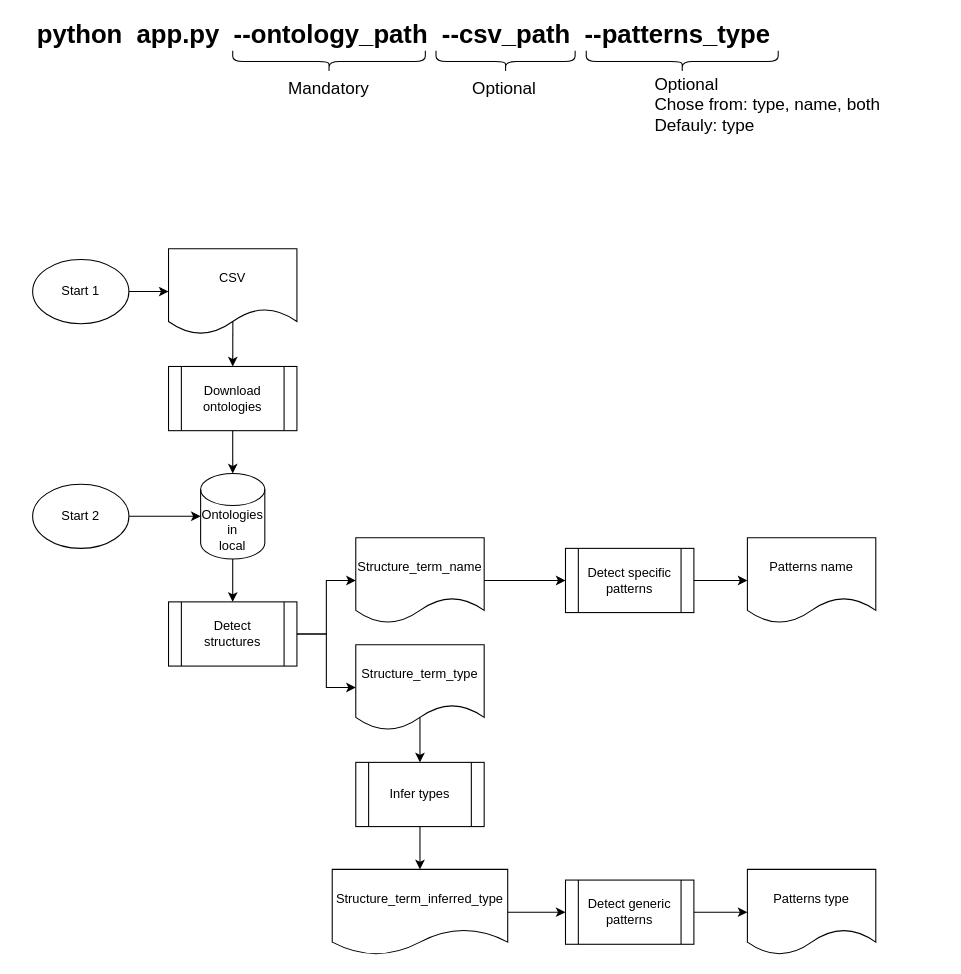
Above: Diagrams/Flujo.drawio in Sergio-Carulli/Patrones (draw.io), before the change. Source tidied: cells renumbered, new cells numbered last; positions are measured from the earlier drawing's top-left corner, leaving out a move shared by most shapes. Both pictures are drawn from the tidied source at 107%, with x=0, y=0 at pixel (18, -35).
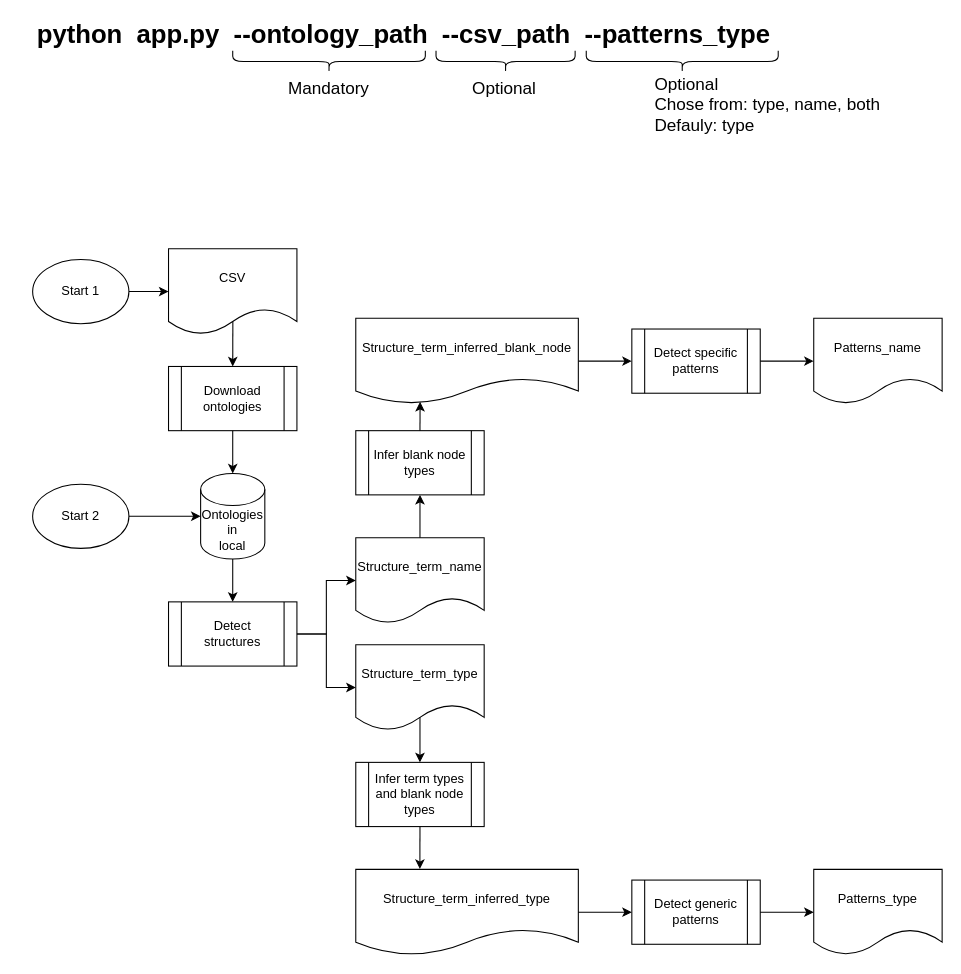
Above is the later version.

Unchanged cells that the change refers to:
```xml
<mxCell id="10" value="Structure_term_name" style="shape=document;whiteSpace=wrap;html=1;boundedLbl=1;" parent="1" vertex="1">
  <mxGeometry x="315" y="535" width="120" height="80" as="geometry" />
</mxCell>
```

What changed in the source:
```diff
@@
-    <mxCell id="2" value="Patterns type" style="shape=document;whiteSpace=wrap;html=1;boundedLbl=1;" parent="1" vertex="1">
-      <mxGeometry x="681" y="845" width="120" height="80" as="geometry" />
+    <mxCell id="2" value="Patterns_type" style="shape=document;whiteSpace=wrap;html=1;boundedLbl=1;" parent="1" vertex="1">
+      <mxGeometry x="743" y="845" width="120" height="80" as="geometry" />
     </mxCell>
@@
-    <mxCell id="14" value="Infer types" style="shape=process;whiteSpace=wrap;html=1;backgroundOutline=1;" parent="1" vertex="1">
+    <mxCell id="14" value="Infer term types&lt;br&gt;and blank node&lt;br&gt;types" style="shape=process;whiteSpace=wrap;html=1;backgroundOutline=1;" parent="1" vertex="1">
       <mxGeometry x="315" y="745" width="120" height="60" as="geometry" />
     </mxCell>
     <mxCell id="15" value="Structure_term_inferred_type" style="shape=document;whiteSpace=wrap;html=1;boundedLbl=1;" parent="1" vertex="1">
-      <mxGeometry x="293" y="845" width="164" height="80" as="geometry" />
+      <mxGeometry x="315" y="845" width="208" height="80" as="geometry" />
     </mxCell>
@@
-    <mxCell id="17" style="endArrow=classic;html=1;rounded=0;entryX=0.5;entryY=0;entryDx=0;entryDy=0;exitX=0.5;exitY=1;exitDx=0;exitDy=0;" parent="1" edge="1" source="14" target="15">
+    <mxCell id="17" style="endArrow=classic;html=1;rounded=0;entryX=0.288;entryY=-0.005;entryDx=0;entryDy=0;exitX=0.5;exitY=1;exitDx=0;exitDy=0;entryPerimeter=0;" parent="1" edge="1" source="14" target="15">
       <mxGeometry relative="1" as="geometry" />
     </mxCell>
     <mxCell id="18" value="Detect specific&lt;br&gt;patterns" style="shape=process;whiteSpace=wrap;html=1;backgroundOutline=1;" parent="1" vertex="1">
-      <mxGeometry x="511" y="545" width="120" height="60" as="geometry" />
+      <mxGeometry x="573" y="340" width="120" height="60" as="geometry" />
     </mxCell>
     <mxCell id="19" value="Detect generic&lt;br&gt;patterns" style="shape=process;whiteSpace=wrap;html=1;backgroundOutline=1;" parent="1" vertex="1">
-      <mxGeometry x="511" y="855" width="120" height="60" as="geometry" />
+      <mxGeometry x="573" y="855" width="120" height="60" as="geometry" />
     </mxCell>
@@
-    <mxCell id="21" style="endArrow=classic;html=1;rounded=0;entryX=0;entryY=0.5;entryDx=0;entryDy=0;exitX=1;exitY=0.5;exitDx=0;exitDy=0;" parent="1" edge="1" source="10" target="18">
+    <mxCell id="21" style="endArrow=classic;html=1;rounded=0;entryX=0;entryY=0.5;entryDx=0;entryDy=0;exitX=1;exitY=0.5;exitDx=0;exitDy=0;" parent="1" edge="1" source="37" target="18">
       <mxGeometry relative="1" as="geometry" />
     </mxCell>
-    <mxCell id="22" value="Patterns name" style="shape=document;whiteSpace=wrap;html=1;boundedLbl=1;" parent="1" vertex="1">
-      <mxGeometry x="681" y="535" width="120" height="80" as="geometry" />
+    <mxCell id="22" value="Patterns_name" style="shape=document;whiteSpace=wrap;html=1;boundedLbl=1;" parent="1" vertex="1">
+      <mxGeometry x="743" y="330" width="120" height="80" as="geometry" />
     </mxCell>
@@
+    <mxCell id="36" value="Infer blank node&lt;br&gt;types" style="shape=process;whiteSpace=wrap;html=1;backgroundOutline=1;" parent="1" vertex="1">
+      <mxGeometry x="315" y="435" width="120" height="60" as="geometry" />
+    </mxCell>
+    <mxCell id="37" value="Structure_term_inferred_blank_node" style="shape=document;whiteSpace=wrap;html=1;boundedLbl=1;" parent="1" vertex="1">
+      <mxGeometry x="315" y="330" width="208" height="80" as="geometry" />
+    </mxCell>
+    <mxCell id="38" style="endArrow=classic;html=1;rounded=0;entryX=0.5;entryY=1;entryDx=0;entryDy=0;exitX=0.5;exitY=0;exitDx=0;exitDy=0;" parent="1" edge="1" source="10" target="36">
+      <mxGeometry relative="1" as="geometry" />
+    </mxCell>
+    <mxCell id="39" style="endArrow=classic;html=1;rounded=0;exitX=0.5;exitY=0;exitDx=0;exitDy=0;entryX=0.289;entryY=0.976;entryDx=0;entryDy=0;entryPerimeter=0;" parent="1" edge="1" source="36" target="37">
+      <mxGeometry relative="1" as="geometry" />
+    </mxCell>
```
